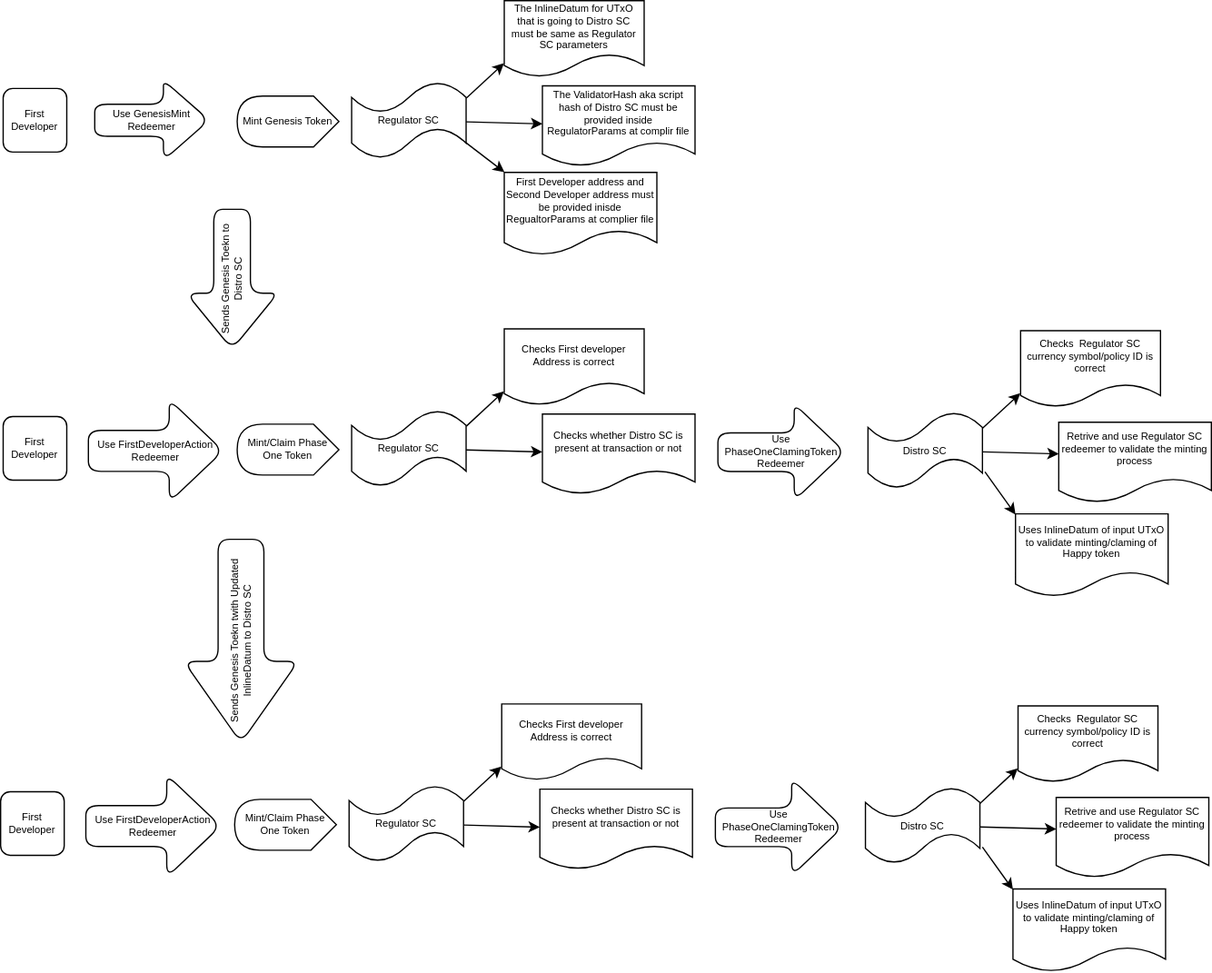
The draw.io diagram docs/diagrams/Design_Pattern.drawio.svg in MIxAxIM/Distro, before a commit. Source tidied: cells renumbered, new cells last; positions are measured from the earlier drawing's top-left corner, leaving out a move shared by most shapes.
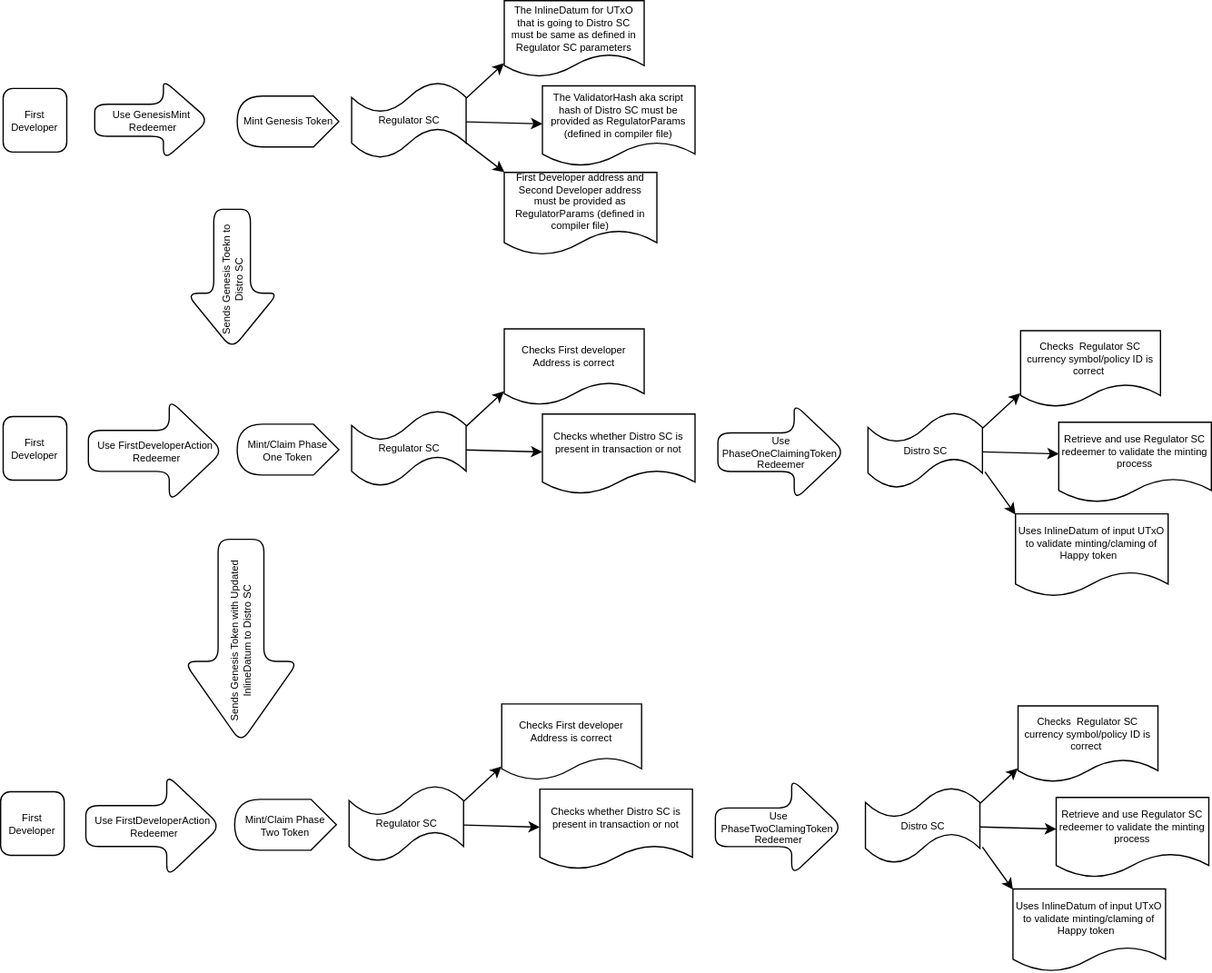
The same file after the commit.

Commit message:
spelling & grammar corrections and clarifications

Diff of the diagram source:
```diff
@@ -20,10 +20,10 @@
     <mxCell id="6" value="Regulator SC" style="shape=tape;whiteSpace=wrap;html=1;rounded=1;shadow=0;glass=0;sketch=0;fontSize=8;" parent="4" vertex="1">
       <mxGeometry y="64" width="90" height="60" as="geometry" />
     </mxCell>
-    <mxCell id="7" value="The InlineDatum for UTxO that is going to Distro SC must be same as Regulator SC parameters" style="shape=document;whiteSpace=wrap;html=1;boundedLbl=1;fontSize=8;rounded=1;shadow=0;glass=0;sketch=0;" parent="4" vertex="1">
+    <mxCell id="7" value="The InlineDatum for UTxO that is going to Distro SC must be same as defined in Regulator SC parameters" style="shape=document;whiteSpace=wrap;html=1;boundedLbl=1;fontSize=8;rounded=1;shadow=0;glass=0;sketch=0;" parent="4" vertex="1">
       <mxGeometry x="120" width="110" height="60" as="geometry" />
     </mxCell>
-    <mxCell id="8" value="The ValidatorHash aka script hash of Distro SC must be provided inside RegulatorParams at complir file" style="shape=document;whiteSpace=wrap;html=1;boundedLbl=1;fontSize=8;rounded=1;shadow=0;glass=0;sketch=0;" parent="4" vertex="1">
+    <mxCell id="8" value="The ValidatorHash aka script hash of Distro SC must be provided as RegulatorParams (defined in compiler file)" style="shape=document;whiteSpace=wrap;html=1;boundedLbl=1;fontSize=8;rounded=1;shadow=0;glass=0;sketch=0;" parent="4" vertex="1">
       <mxGeometry x="150" y="67" width="120" height="63" as="geometry" />
     </mxCell>
     <mxCell id="9" style="edgeStyle=none;rounded=1;html=1;fontSize=6;" parent="4" edge="1" source="6" target="8">
@@ -38,7 +38,7 @@
     <mxCell id="11" value="&lt;span style=&quot;font-size: 8px&quot;&gt;Mint Genesis Token&lt;br style=&quot;font-size: 8px&quot;&gt;&lt;/span&gt;" style="shape=display;whiteSpace=wrap;html=1;rounded=1;shadow=0;glass=0;sketch=0;fontSize=8;direction=west;" parent="1" vertex="1">
       <mxGeometry x="186" y="75" width="80" height="40" as="geometry" />
     </mxCell>
-    <mxCell id="12" value="First Developer address and Second Developer address must be provided inisde RegualtorParams at complier file" style="shape=document;whiteSpace=wrap;html=1;boundedLbl=1;fontSize=8;rounded=1;shadow=0;glass=0;sketch=0;" parent="1" vertex="1">
+    <mxCell id="12" value="First Developer address and Second Developer address must be provided as RegulatorParams&amp;nbsp;(defined in compiler file)" style="shape=document;whiteSpace=wrap;html=1;boundedLbl=1;fontSize=8;rounded=1;shadow=0;glass=0;sketch=0;" parent="1" vertex="1">
       <mxGeometry x="396" y="135" width="120" height="65" as="geometry" />
     </mxCell>
     <mxCell id="13" value="Sends Genesis Toekn to Distro SC" style="shape=singleArrow;whiteSpace=wrap;html=1;arrowWidth=0.4;arrowSize=0.4;rounded=1;shadow=0;glass=0;sketch=0;fontSize=8;direction=south;horizontal=0;verticalAlign=middle;" parent="1" vertex="1">
@@ -65,7 +65,7 @@
     <mxCell id="19" value="Checks First developer Address is correct" style="shape=document;whiteSpace=wrap;html=1;boundedLbl=1;fontSize=8;rounded=1;shadow=0;glass=0;sketch=0;" parent="16" vertex="1">
       <mxGeometry x="120" width="110" height="60" as="geometry" />
     </mxCell>
-    <mxCell id="20" value="Checks whether Distro SC is present at transaction or not" style="shape=document;whiteSpace=wrap;html=1;boundedLbl=1;fontSize=8;rounded=1;shadow=0;glass=0;sketch=0;" parent="16" vertex="1">
+    <mxCell id="20" value="Checks whether Distro SC is present in transaction or not" style="shape=document;whiteSpace=wrap;html=1;boundedLbl=1;fontSize=8;rounded=1;shadow=0;glass=0;sketch=0;" parent="16" vertex="1">
       <mxGeometry x="150" y="67" width="120" height="63" as="geometry" />
     </mxCell>
     <mxCell id="21" style="edgeStyle=none;rounded=1;html=1;fontSize=6;" parent="16" edge="1" source="18" target="20">
@@ -77,10 +77,10 @@
     <mxCell id="23" style="group;" parent="1" vertex="1">
       <mxGeometry x="682" y="264.5" width="270" height="130" as="geometry" />
     </mxCell>
-    <mxCell id="24" value="Retrive and use Regulator SC redeemer to validate the minting process" style="shape=document;whiteSpace=wrap;html=1;boundedLbl=1;fontSize=8;rounded=1;shadow=0;glass=0;sketch=0;" parent="23" vertex="1">
+    <mxCell id="24" value="Retrieve and use Regulator SC redeemer to validate the minting process" style="shape=document;whiteSpace=wrap;html=1;boundedLbl=1;fontSize=8;rounded=1;shadow=0;glass=0;sketch=0;" parent="23" vertex="1">
       <mxGeometry x="150" y="67" width="120" height="63" as="geometry" />
     </mxCell>
-    <mxCell id="25" value="Use PhaseOneClamingToken&amp;nbsp;&lt;br&gt;Redeemer" style="shape=singleArrow;whiteSpace=wrap;html=1;arrowWidth=0.4;arrowSize=0.4;rounded=1;shadow=0;glass=0;sketch=0;fontSize=8;direction=east;horizontal=1;verticalAlign=middle;" parent="1" vertex="1">
+    <mxCell id="25" value="Use PhaseOneClaimingToken&amp;nbsp;&lt;br&gt;Redeemer" style="shape=singleArrow;whiteSpace=wrap;html=1;arrowWidth=0.4;arrowSize=0.4;rounded=1;shadow=0;glass=0;sketch=0;fontSize=8;direction=east;horizontal=1;verticalAlign=middle;" parent="1" vertex="1">
       <mxGeometry x="564" y="317" width="100" height="76" as="geometry" />
     </mxCell>
     <mxCell id="26" style="edgeStyle=none;rounded=1;html=1;fontSize=8;exitX=1.002;exitY=0.243;exitDx=0;exitDy=0;exitPerimeter=0;entryX=-0.002;entryY=0.853;entryDx=0;entryDy=0;entryPerimeter=0;" parent="1" edge="1">
@@ -108,7 +108,7 @@
     <mxCell id="31" value="Uses InlineDatum of input UTxO to validate minting/claming of Happy token&amp;nbsp;&amp;nbsp;" style="shape=document;whiteSpace=wrap;html=1;boundedLbl=1;fontSize=8;rounded=1;shadow=0;glass=0;sketch=0;" parent="1" vertex="1">
       <mxGeometry x="798" y="403.5" width="120" height="65" as="geometry" />
     </mxCell>
-    <mxCell id="32" value="Sends Genesis Toekn twith Updated InlineDatum to Distro SC" style="shape=singleArrow;whiteSpace=wrap;html=1;arrowWidth=0.4;arrowSize=0.4;rounded=1;shadow=0;glass=0;sketch=0;fontSize=8;direction=south;horizontal=0;verticalAlign=middle;" parent="1" vertex="1">
+    <mxCell id="32" value="Sends Genesis Token with Updated InlineDatum to Distro SC" style="shape=singleArrow;whiteSpace=wrap;html=1;arrowWidth=0.4;arrowSize=0.4;rounded=1;shadow=0;glass=0;sketch=0;fontSize=8;direction=south;horizontal=0;verticalAlign=middle;" parent="1" vertex="1">
       <mxGeometry x="144" y="423.5" width="90" height="160" as="geometry" />
     </mxCell>
     <mxCell id="33" value="First Developer" style="whiteSpace=wrap;html=1;rounded=1;fontSize=8;" parent="1" vertex="1">
@@ -132,22 +132,22 @@
     <mxCell id="38" value="Checks First developer Address is correct" style="shape=document;whiteSpace=wrap;html=1;boundedLbl=1;fontSize=8;rounded=1;shadow=0;glass=0;sketch=0;" parent="35" vertex="1">
       <mxGeometry x="120" width="110" height="60" as="geometry" />
     </mxCell>
-    <mxCell id="39" value="Checks whether Distro SC is present at transaction or not" style="shape=document;whiteSpace=wrap;html=1;boundedLbl=1;fontSize=8;rounded=1;shadow=0;glass=0;sketch=0;" parent="35" vertex="1">
+    <mxCell id="39" value="Checks whether Distro SC is present in transaction or not" style="shape=document;whiteSpace=wrap;html=1;boundedLbl=1;fontSize=8;rounded=1;shadow=0;glass=0;sketch=0;" parent="35" vertex="1">
       <mxGeometry x="150" y="67" width="120" height="63" as="geometry" />
     </mxCell>
     <mxCell id="40" style="edgeStyle=none;rounded=1;html=1;fontSize=6;" parent="35" edge="1" source="37" target="39">
       <mxGeometry relative="1" as="geometry" />
     </mxCell>
-    <mxCell id="41" value="&lt;span style=&quot;font-size: 8px&quot;&gt;Mint/Claim Phase One Token&lt;br style=&quot;font-size: 8px&quot;&gt;&lt;/span&gt;" style="shape=display;whiteSpace=wrap;html=1;rounded=1;shadow=0;glass=0;sketch=0;fontSize=8;direction=west;" parent="1" vertex="1">
+    <mxCell id="41" value="&lt;span style=&quot;font-size: 8px&quot;&gt;Mint/Claim Phase Two Token&lt;br style=&quot;font-size: 8px&quot;&gt;&lt;/span&gt;" style="shape=display;whiteSpace=wrap;html=1;rounded=1;shadow=0;glass=0;sketch=0;fontSize=8;direction=west;" parent="1" vertex="1">
       <mxGeometry x="184" y="628" width="80" height="40" as="geometry" />
     </mxCell>
     <mxCell id="42" style="group;" parent="1" vertex="1">
       <mxGeometry x="680" y="559.5" width="270" height="130" as="geometry" />
     </mxCell>
-    <mxCell id="43" value="Retrive and use Regulator SC redeemer to validate the minting process" style="shape=document;whiteSpace=wrap;html=1;boundedLbl=1;fontSize=8;rounded=1;shadow=0;glass=0;sketch=0;" parent="42" vertex="1">
+    <mxCell id="43" value="Retrieve and use Regulator SC redeemer to validate the minting process" style="shape=document;whiteSpace=wrap;html=1;boundedLbl=1;fontSize=8;rounded=1;shadow=0;glass=0;sketch=0;" parent="42" vertex="1">
       <mxGeometry x="150" y="67" width="120" height="63" as="geometry" />
     </mxCell>
-    <mxCell id="44" value="Use PhaseOneClamingToken&amp;nbsp;&lt;br&gt;Redeemer" style="shape=singleArrow;whiteSpace=wrap;html=1;arrowWidth=0.4;arrowSize=0.4;rounded=1;shadow=0;glass=0;sketch=0;fontSize=8;direction=east;horizontal=1;verticalAlign=middle;" parent="1" vertex="1">
+    <mxCell id="44" value="Use PhaseTwoClamingToken&amp;nbsp;&lt;br&gt;Redeemer" style="shape=singleArrow;whiteSpace=wrap;html=1;arrowWidth=0.4;arrowSize=0.4;rounded=1;shadow=0;glass=0;sketch=0;fontSize=8;direction=east;horizontal=1;verticalAlign=middle;" parent="1" vertex="1">
       <mxGeometry x="562" y="612" width="100" height="76" as="geometry" />
     </mxCell>
     <mxCell id="45" style="edgeStyle=none;rounded=1;html=1;fontSize=8;exitX=1.002;exitY=0.243;exitDx=0;exitDy=0;exitPerimeter=0;entryX=-0.002;entryY=0.853;entryDx=0;entryDy=0;entryPerimeter=0;" parent="1" edge="1">
```
